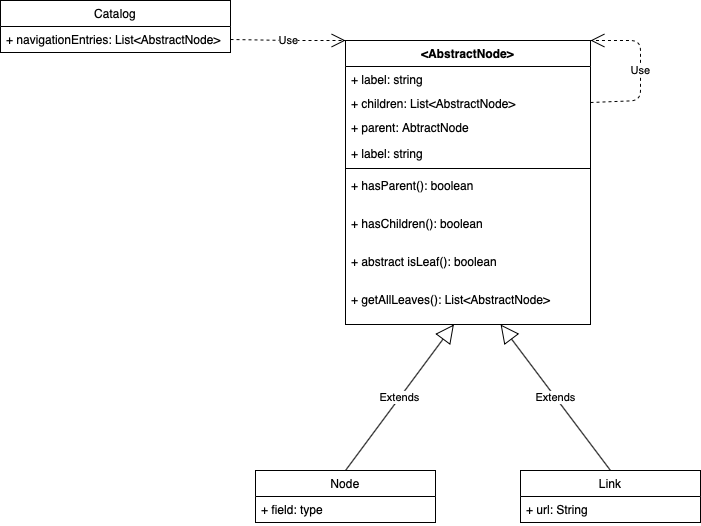
Before: CatalogModel.png, a diagram exported from draw.io (mducnguyen/otto-coding-challenge). Source tidied: cells renumbered, new cells last; positions are measured from the earlier drawing's top-left corner, leaving out a move shared by most shapes. Its diagram source:
```xml
<mxGraphModel>
  <root>
    <mxCell id="0" />
    <mxCell id="1" parent="0" />
    <mxCell id="2" value="Node" style="swimlane;fontStyle=0;horizontal=1;startSize=26;fillColor=none;" parent="1" vertex="1">
      <mxGeometry x="255" y="470" width="180" height="52" as="geometry" />
    </mxCell>
    <mxCell id="3" value="+ field: type" style="text;strokeColor=none;fillColor=none;align=left;verticalAlign=top;spacingLeft=4;spacingRight=4;overflow=hidden;" parent="2" vertex="1">
      <mxGeometry y="26" width="180" height="26" as="geometry" />
    </mxCell>
    <mxCell id="4" value="Link" style="swimlane;fontStyle=0;horizontal=1;startSize=26;fillColor=none;" parent="1" vertex="1">
      <mxGeometry x="520" y="470" width="180" height="52" as="geometry" />
    </mxCell>
    <mxCell id="5" value="+ url: String" style="text;strokeColor=none;fillColor=none;align=left;verticalAlign=top;spacingLeft=4;spacingRight=4;overflow=hidden;" parent="4" vertex="1">
      <mxGeometry y="26" width="180" height="26" as="geometry" />
    </mxCell>
    <mxCell id="6" value="Extends" style="endArrow=block;endSize=16;endFill=0;html=1;exitX=0.5;exitY=0;exitDx=0;exitDy=0;" parent="1" edge="1" source="2" target="18">
      <mxGeometry relative="1" as="geometry" />
    </mxCell>
    <mxCell id="7" value="Extends" style="endArrow=block;endSize=16;endFill=0;html=1;exitX=0.5;exitY=0;exitDx=0;exitDy=0;entryX=0.633;entryY=1;entryDx=0;entryDy=0;entryPerimeter=0;" parent="1" edge="1" source="4" target="18">
      <mxGeometry relative="1" as="geometry" />
    </mxCell>
    <mxCell id="8" value="&lt;AbstractNode&gt;" style="swimlane;fontStyle=1;align=center;verticalAlign=top;horizontal=1;startSize=26;" parent="1" vertex="1">
      <mxGeometry x="345" y="40" width="245" height="284" as="geometry" />
    </mxCell>
    <mxCell id="9" value="+ label: string" style="text;strokeColor=none;fillColor=none;align=left;verticalAlign=top;spacingLeft=4;spacingRight=4;overflow=hidden;" parent="8" vertex="1">
      <mxGeometry y="26" width="245" height="24" as="geometry" />
    </mxCell>
    <mxCell id="10" value="+ children: List&lt;AbstractNode&gt;" style="text;strokeColor=none;fillColor=none;align=left;verticalAlign=top;spacingLeft=4;spacingRight=4;overflow=hidden;points=[[0,0.5],[1,0.5]];portConstraint=eastwest;" parent="8" vertex="1">
      <mxGeometry y="50" width="245" height="24" as="geometry" />
    </mxCell>
    <mxCell id="11" value="+ parent: AbtractNode" style="text;strokeColor=none;fillColor=none;align=left;verticalAlign=top;spacingLeft=4;spacingRight=4;overflow=hidden;" parent="8" vertex="1">
      <mxGeometry y="74" width="245" height="26" as="geometry" />
    </mxCell>
    <mxCell id="12" value="+ label: string" style="text;strokeColor=none;fillColor=none;align=left;verticalAlign=top;spacingLeft=4;spacingRight=4;overflow=hidden;" parent="8" vertex="1">
      <mxGeometry y="100" width="245" height="24" as="geometry" />
    </mxCell>
    <mxCell id="13" style="line;strokeWidth=1;fillColor=none;align=left;verticalAlign=middle;spacingTop=-1;spacingLeft=3;spacingRight=3;labelPosition=right;" parent="8" vertex="1">
      <mxGeometry y="124" width="245" height="8" as="geometry" />
    </mxCell>
    <mxCell id="14" value="+ hasParent(): boolean" style="text;strokeColor=none;fillColor=none;align=left;verticalAlign=top;spacingLeft=4;spacingRight=4;overflow=hidden;" parent="8" vertex="1">
      <mxGeometry y="132" width="245" height="38" as="geometry" />
    </mxCell>
    <mxCell id="15" value="Use" style="endArrow=open;endSize=12;dashed=1;html=1;exitX=1;exitY=0.5;exitDx=0;exitDy=0;entryX=1;entryY=0;entryDx=0;entryDy=0;" parent="8" edge="1" source="10" target="8">
      <mxGeometry relative="1" as="geometry">
        <Array as="points">
          <mxPoint x="295" y="60" />
          <mxPoint x="295" y="30" />
          <mxPoint x="295" />
        </Array>
      </mxGeometry>
    </mxCell>
    <mxCell id="16" value="+ hasChildren(): boolean" style="text;strokeColor=none;fillColor=none;align=left;verticalAlign=top;spacingLeft=4;spacingRight=4;overflow=hidden;" parent="8" vertex="1">
      <mxGeometry y="170" width="245" height="38" as="geometry" />
    </mxCell>
    <mxCell id="17" value="+ abstract isLeaf(): boolean" style="text;strokeColor=none;fillColor=none;align=left;verticalAlign=top;spacingLeft=4;spacingRight=4;overflow=hidden;" parent="8" vertex="1">
      <mxGeometry y="208" width="245" height="38" as="geometry" />
    </mxCell>
    <mxCell id="18" value="+ getAllLeaves(): List&lt;AbstractNode&gt;" style="text;strokeColor=none;fillColor=none;align=left;verticalAlign=top;spacingLeft=4;spacingRight=4;overflow=hidden;points=[[0,0.5],[1,0.5]];portConstraint=eastwest;" parent="8" vertex="1">
      <mxGeometry y="246" width="245" height="38" as="geometry" />
    </mxCell>
    <mxCell id="19" value="Catalog" style="swimlane;fontStyle=0;horizontal=1;startSize=26;fillColor=none;" parent="1" vertex="1">
      <mxGeometry width="230" height="52" as="geometry" />
    </mxCell>
    <mxCell id="20" value="+ navigationEntries: List&lt;AbstractNode&gt;" style="text;strokeColor=none;fillColor=none;align=left;verticalAlign=top;spacingLeft=4;spacingRight=4;overflow=hidden;points=[[0,0.5],[1,0.5]];portConstraint=eastwest;" parent="19" vertex="1">
      <mxGeometry y="26" width="230" height="26" as="geometry" />
    </mxCell>
    <mxCell id="21" value="Use" style="endArrow=open;endSize=12;dashed=1;html=1;exitX=1;exitY=0.5;exitDx=0;exitDy=0;entryX=0;entryY=0;entryDx=0;entryDy=0;" parent="1" edge="1" source="20" target="8">
      <mxGeometry relative="1" as="geometry">
        <Array as="points">
          <mxPoint x="290" y="40" />
        </Array>
      </mxGeometry>
    </mxCell>
  </root>
</mxGraphModel>
```
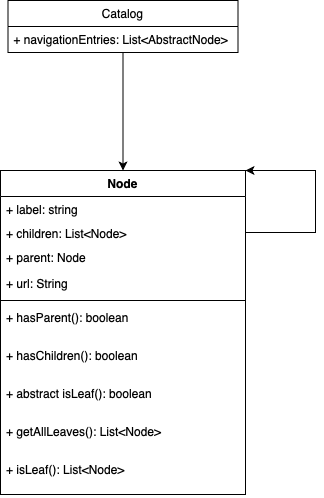
Later version of the same file.

What changed in the source:
```diff
@@ -2,75 +2,55 @@
   <root>
     <mxCell id="0" />
     <mxCell id="1" parent="0" />
-    <mxCell id="2" value="Node" style="swimlane;fontStyle=0;horizontal=1;startSize=26;fillColor=none;" parent="1" vertex="1">
-      <mxGeometry x="255" y="470" width="180" height="52" as="geometry" />
-    </mxCell>
-    <mxCell id="3" value="+ field: type" style="text;strokeColor=none;fillColor=none;align=left;verticalAlign=top;spacingLeft=4;spacingRight=4;overflow=hidden;" parent="2" vertex="1">
-      <mxGeometry y="26" width="180" height="26" as="geometry" />
-    </mxCell>
-    <mxCell id="4" value="Link" style="swimlane;fontStyle=0;horizontal=1;startSize=26;fillColor=none;" parent="1" vertex="1">
-      <mxGeometry x="520" y="470" width="180" height="52" as="geometry" />
-    </mxCell>
-    <mxCell id="5" value="+ url: String" style="text;strokeColor=none;fillColor=none;align=left;verticalAlign=top;spacingLeft=4;spacingRight=4;overflow=hidden;" parent="4" vertex="1">
-      <mxGeometry y="26" width="180" height="26" as="geometry" />
-    </mxCell>
-    <mxCell id="6" value="Extends" style="endArrow=block;endSize=16;endFill=0;html=1;exitX=0.5;exitY=0;exitDx=0;exitDy=0;" parent="1" edge="1" source="2" target="18">
-      <mxGeometry relative="1" as="geometry" />
-    </mxCell>
-    <mxCell id="7" value="Extends" style="endArrow=block;endSize=16;endFill=0;html=1;exitX=0.5;exitY=0;exitDx=0;exitDy=0;entryX=0.633;entryY=1;entryDx=0;entryDy=0;entryPerimeter=0;" parent="1" edge="1" source="4" target="18">
-      <mxGeometry relative="1" as="geometry" />
-    </mxCell>
-    <mxCell id="8" value="&lt;AbstractNode&gt;" style="swimlane;fontStyle=1;align=center;verticalAlign=top;horizontal=1;startSize=26;" parent="1" vertex="1">
-      <mxGeometry x="345" y="40" width="245" height="284" as="geometry" />
+    <mxCell id="8" value="Node" style="swimlane;fontStyle=1;align=center;verticalAlign=top;horizontal=1;startSize=26;" parent="1" vertex="1">
+      <mxGeometry x="188" y="60" width="245" height="324" as="geometry" />
     </mxCell>
     <mxCell id="9" value="+ label: string" style="text;strokeColor=none;fillColor=none;align=left;verticalAlign=top;spacingLeft=4;spacingRight=4;overflow=hidden;" parent="8" vertex="1">
       <mxGeometry y="26" width="245" height="24" as="geometry" />
     </mxCell>
-    <mxCell id="10" value="+ children: List&lt;AbstractNode&gt;" style="text;strokeColor=none;fillColor=none;align=left;verticalAlign=top;spacingLeft=4;spacingRight=4;overflow=hidden;points=[[0,0.5],[1,0.5]];portConstraint=eastwest;" parent="8" vertex="1">
+    <mxCell id="10" value="+ children: List&lt;Node&gt;" style="text;strokeColor=none;fillColor=none;align=left;verticalAlign=top;spacingLeft=4;spacingRight=4;overflow=hidden;points=[[0,0.5],[1,0.5]];portConstraint=eastwest;" parent="8" vertex="1">
       <mxGeometry y="50" width="245" height="24" as="geometry" />
     </mxCell>
-    <mxCell id="11" value="+ parent: AbtractNode" style="text;strokeColor=none;fillColor=none;align=left;verticalAlign=top;spacingLeft=4;spacingRight=4;overflow=hidden;" parent="8" vertex="1">
+    <mxCell id="11" value="+ parent: Node" style="text;strokeColor=none;fillColor=none;align=left;verticalAlign=top;spacingLeft=4;spacingRight=4;overflow=hidden;" parent="8" vertex="1">
       <mxGeometry y="74" width="245" height="26" as="geometry" />
     </mxCell>
-    <mxCell id="12" value="+ label: string" style="text;strokeColor=none;fillColor=none;align=left;verticalAlign=top;spacingLeft=4;spacingRight=4;overflow=hidden;" parent="8" vertex="1">
-      <mxGeometry y="100" width="245" height="24" as="geometry" />
-    </mxCell>
+    <mxCell id="5" value="+ url: String" style="text;strokeColor=none;fillColor=none;align=left;verticalAlign=top;spacingLeft=4;spacingRight=4;overflow=hidden;" parent="8" vertex="1">
+      <mxGeometry y="100" width="245" height="26" as="geometry" />
+    </mxCell>
     <mxCell id="13" style="line;strokeWidth=1;fillColor=none;align=left;verticalAlign=middle;spacingTop=-1;spacingLeft=3;spacingRight=3;labelPosition=right;" parent="8" vertex="1">
-      <mxGeometry y="124" width="245" height="8" as="geometry" />
+      <mxGeometry y="126" width="245" height="8" as="geometry" />
     </mxCell>
     <mxCell id="14" value="+ hasParent(): boolean" style="text;strokeColor=none;fillColor=none;align=left;verticalAlign=top;spacingLeft=4;spacingRight=4;overflow=hidden;" parent="8" vertex="1">
-      <mxGeometry y="132" width="245" height="38" as="geometry" />
+      <mxGeometry y="134" width="245" height="38" as="geometry" />
     </mxCell>
-    <mxCell id="15" value="Use" style="endArrow=open;endSize=12;dashed=1;html=1;exitX=1;exitY=0.5;exitDx=0;exitDy=0;entryX=1;entryY=0;entryDx=0;entryDy=0;" parent="8" edge="1" source="10" target="8">
-      <mxGeometry relative="1" as="geometry">
-        <Array as="points">
-          <mxPoint x="295" y="60" />
-          <mxPoint x="295" y="30" />
-          <mxPoint x="295" />
-        </Array>
-      </mxGeometry>
-    </mxCell>
     <mxCell id="16" value="+ hasChildren(): boolean" style="text;strokeColor=none;fillColor=none;align=left;verticalAlign=top;spacingLeft=4;spacingRight=4;overflow=hidden;" parent="8" vertex="1">
-      <mxGeometry y="170" width="245" height="38" as="geometry" />
+      <mxGeometry y="172" width="245" height="38" as="geometry" />
     </mxCell>
     <mxCell id="17" value="+ abstract isLeaf(): boolean" style="text;strokeColor=none;fillColor=none;align=left;verticalAlign=top;spacingLeft=4;spacingRight=4;overflow=hidden;" parent="8" vertex="1">
-      <mxGeometry y="208" width="245" height="38" as="geometry" />
+      <mxGeometry y="210" width="245" height="38" as="geometry" />
     </mxCell>
-    <mxCell id="18" value="+ getAllLeaves(): List&lt;AbstractNode&gt;" style="text;strokeColor=none;fillColor=none;align=left;verticalAlign=top;spacingLeft=4;spacingRight=4;overflow=hidden;points=[[0,0.5],[1,0.5]];portConstraint=eastwest;" parent="8" vertex="1">
-      <mxGeometry y="246" width="245" height="38" as="geometry" />
+    <mxCell id="18" value="+ getAllLeaves(): List&lt;Node&gt;" style="text;strokeColor=none;fillColor=none;align=left;verticalAlign=top;spacingLeft=4;spacingRight=4;overflow=hidden;points=[[0,0.5],[1,0.5]];portConstraint=eastwest;" parent="8" vertex="1">
+      <mxGeometry y="248" width="245" height="38" as="geometry" />
     </mxCell>
+    <mxCell id="22" value="+ isLeaf(): List&lt;Node&gt;" style="text;strokeColor=none;fillColor=none;align=left;verticalAlign=top;spacingLeft=4;spacingRight=4;overflow=hidden;" parent="8" vertex="1">
+      <mxGeometry y="286" width="245" height="38" as="geometry" />
+    </mxCell>
+    <mxCell id="15" style="edgeStyle=orthogonalEdgeStyle;rounded=0;jettySize=auto;html=1;entryX=1;entryY=0;entryDx=0;entryDy=0;exitX=1;exitY=0.5;exitDx=0;exitDy=0;" parent="8" edge="1" source="10" target="8">
+      <mxGeometry relative="1" as="geometry">
+        <Array as="points">
+          <mxPoint x="315" y="62" />
+          <mxPoint x="315" />
+        </Array>
+      </mxGeometry>
+    </mxCell>
+    <mxCell id="23" style="edgeStyle=orthogonalEdgeStyle;rounded=0;jettySize=auto;html=1;" parent="1" edge="1" source="19" target="8">
+      <mxGeometry relative="1" as="geometry" />
+    </mxCell>
     <mxCell id="19" value="Catalog" style="swimlane;fontStyle=0;horizontal=1;startSize=26;fillColor=none;" parent="1" vertex="1">
-      <mxGeometry width="230" height="52" as="geometry" />
+      <mxGeometry x="195.5" y="-110" width="230" height="52" as="geometry" />
     </mxCell>
     <mxCell id="20" value="+ navigationEntries: List&lt;AbstractNode&gt;" style="text;strokeColor=none;fillColor=none;align=left;verticalAlign=top;spacingLeft=4;spacingRight=4;overflow=hidden;points=[[0,0.5],[1,0.5]];portConstraint=eastwest;" parent="19" vertex="1">
       <mxGeometry y="26" width="230" height="26" as="geometry" />
     </mxCell>
-    <mxCell id="21" value="Use" style="endArrow=open;endSize=12;dashed=1;html=1;exitX=1;exitY=0.5;exitDx=0;exitDy=0;entryX=0;entryY=0;entryDx=0;entryDy=0;" parent="1" edge="1" source="20" target="8">
-      <mxGeometry relative="1" as="geometry">
-        <Array as="points">
-          <mxPoint x="290" y="40" />
-        </Array>
-      </mxGeometry>
-    </mxCell>
   </root>
 </mxGraphModel>
```
